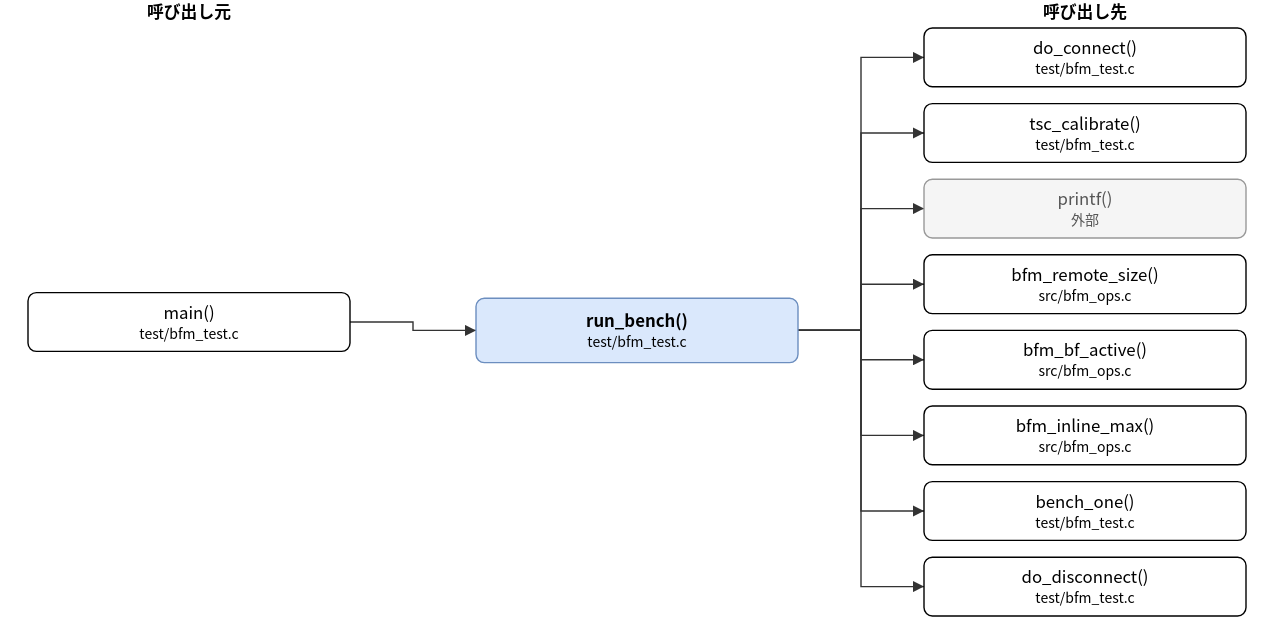
Earlier version of the draw.io export doc/spec/images/call_test_bfm_test-run_bench.drawio.svg (hf355051012-ai/bfmem). Source tidied: cells renumbered, new cells last; positions are measured from the earlier drawing's top-left corner, leaving out a move shared by most shapes.
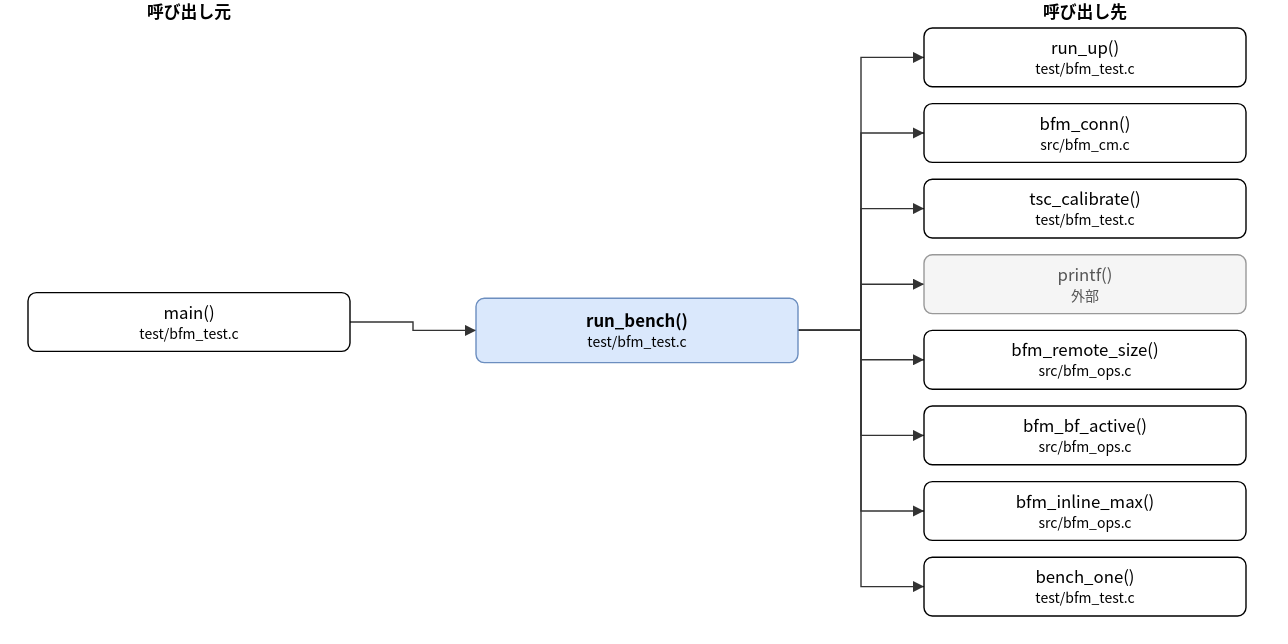
Above is the later version.

Diff of the diagram source:
```diff
@@ -8,28 +8,28 @@
     <mxCell id="3" value="main()&lt;br&gt;&lt;font style=&quot;font-size:10px&quot;&gt;test/bfm_test.c&lt;/font&gt;" style="rounded=1;whiteSpace=wrap;html=1;" parent="1" vertex="1">
       <mxGeometry y="209" width="230" height="42" as="geometry" />
     </mxCell>
-    <mxCell id="4" value="do_connect()&lt;br&gt;&lt;font style=&quot;font-size:10px&quot;&gt;test/bfm_test.c&lt;/font&gt;" style="rounded=1;whiteSpace=wrap;html=1;" parent="1" vertex="1">
+    <mxCell id="4" value="run_up()&lt;br&gt;&lt;font style=&quot;font-size:10px&quot;&gt;test/bfm_test.c&lt;/font&gt;" style="rounded=1;whiteSpace=wrap;html=1;" parent="1" vertex="1">
       <mxGeometry x="640" y="20" width="230" height="42" as="geometry" />
     </mxCell>
-    <mxCell id="5" value="tsc_calibrate()&lt;br&gt;&lt;font style=&quot;font-size:10px&quot;&gt;test/bfm_test.c&lt;/font&gt;" style="rounded=1;whiteSpace=wrap;html=1;" parent="1" vertex="1">
+    <mxCell id="5" value="bfm_conn()&lt;br&gt;&lt;font style=&quot;font-size:10px&quot;&gt;src/bfm_cm.c&lt;/font&gt;" style="rounded=1;whiteSpace=wrap;html=1;" parent="1" vertex="1">
       <mxGeometry x="640" y="74" width="230" height="42" as="geometry" />
     </mxCell>
-    <mxCell id="6" value="printf()&lt;br&gt;&lt;font style=&quot;font-size:10px&quot;&gt;外部&lt;/font&gt;" style="rounded=1;whiteSpace=wrap;html=1;fillColor=#f5f5f5;strokeColor=#999999;fontColor=#555555;" parent="1" vertex="1">
+    <mxCell id="6" value="tsc_calibrate()&lt;br&gt;&lt;font style=&quot;font-size:10px&quot;&gt;test/bfm_test.c&lt;/font&gt;" style="rounded=1;whiteSpace=wrap;html=1;" parent="1" vertex="1">
       <mxGeometry x="640" y="128" width="230" height="42" as="geometry" />
     </mxCell>
-    <mxCell id="7" value="bfm_remote_size()&lt;br&gt;&lt;font style=&quot;font-size:10px&quot;&gt;src/bfm_ops.c&lt;/font&gt;" style="rounded=1;whiteSpace=wrap;html=1;" parent="1" vertex="1">
+    <mxCell id="7" value="printf()&lt;br&gt;&lt;font style=&quot;font-size:10px&quot;&gt;外部&lt;/font&gt;" style="rounded=1;whiteSpace=wrap;html=1;fillColor=#f5f5f5;strokeColor=#999999;fontColor=#555555;" parent="1" vertex="1">
       <mxGeometry x="640" y="182" width="230" height="42" as="geometry" />
     </mxCell>
-    <mxCell id="8" value="bfm_bf_active()&lt;br&gt;&lt;font style=&quot;font-size:10px&quot;&gt;src/bfm_ops.c&lt;/font&gt;" style="rounded=1;whiteSpace=wrap;html=1;" parent="1" vertex="1">
+    <mxCell id="8" value="bfm_remote_size()&lt;br&gt;&lt;font style=&quot;font-size:10px&quot;&gt;src/bfm_ops.c&lt;/font&gt;" style="rounded=1;whiteSpace=wrap;html=1;" parent="1" vertex="1">
       <mxGeometry x="640" y="236" width="230" height="42" as="geometry" />
     </mxCell>
-    <mxCell id="9" value="bfm_inline_max()&lt;br&gt;&lt;font style=&quot;font-size:10px&quot;&gt;src/bfm_ops.c&lt;/font&gt;" style="rounded=1;whiteSpace=wrap;html=1;" parent="1" vertex="1">
+    <mxCell id="9" value="bfm_bf_active()&lt;br&gt;&lt;font style=&quot;font-size:10px&quot;&gt;src/bfm_ops.c&lt;/font&gt;" style="rounded=1;whiteSpace=wrap;html=1;" parent="1" vertex="1">
       <mxGeometry x="640" y="290" width="230" height="42" as="geometry" />
     </mxCell>
-    <mxCell id="10" value="bench_one()&lt;br&gt;&lt;font style=&quot;font-size:10px&quot;&gt;test/bfm_test.c&lt;/font&gt;" style="rounded=1;whiteSpace=wrap;html=1;" parent="1" vertex="1">
+    <mxCell id="10" value="bfm_inline_max()&lt;br&gt;&lt;font style=&quot;font-size:10px&quot;&gt;src/bfm_ops.c&lt;/font&gt;" style="rounded=1;whiteSpace=wrap;html=1;" parent="1" vertex="1">
       <mxGeometry x="640" y="344" width="230" height="42" as="geometry" />
     </mxCell>
-    <mxCell id="11" value="do_disconnect()&lt;br&gt;&lt;font style=&quot;font-size:10px&quot;&gt;test/bfm_test.c&lt;/font&gt;" style="rounded=1;whiteSpace=wrap;html=1;" parent="1" vertex="1">
+    <mxCell id="11" value="bench_one()&lt;br&gt;&lt;font style=&quot;font-size:10px&quot;&gt;test/bfm_test.c&lt;/font&gt;" style="rounded=1;whiteSpace=wrap;html=1;" parent="1" vertex="1">
       <mxGeometry x="640" y="398" width="230" height="42" as="geometry" />
     </mxCell>
     <mxCell id="12" style="edgeStyle=none;html=1;rounded=0;endArrow=block;endFill=1;exitX=1.0000;exitY=0.5000;exitDx=0;exitDy=0;exitPerimeter=0;entryX=0.0000;entryY=0.5000;entryDx=0;entryDy=0;entryPerimeter=0;" parent="1" edge="1" source="3" target="2">
```
